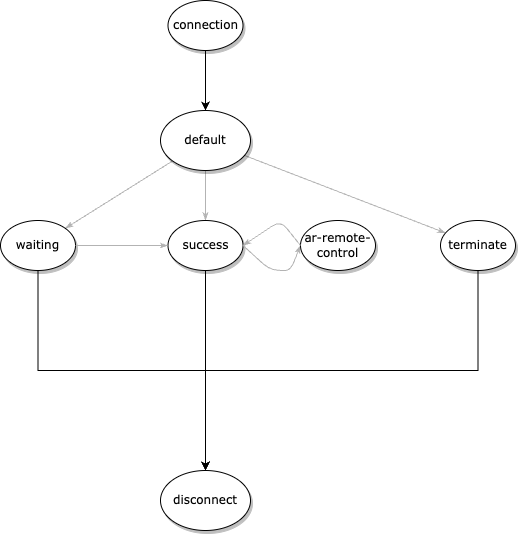
Before: public/states.png, a diagram exported from draw.io (hookim/webXR-remote-controller). Source tidied: cells renumbered, new cells last; positions are measured from the earlier drawing's top-left corner, leaving out a move shared by most shapes. The source it was exported from:
```xml
<mxGraphModel>
  <root>
    <mxCell id="0" />
    <mxCell id="1" parent="0" />
    <mxCell id="2" style="edgeStyle=none;rounded=1;html=1;labelBackgroundColor=none;startArrow=none;startFill=0;startSize=5;endArrow=classicThin;endFill=1;endSize=5;jettySize=auto;strokeColor=#B3B3B3;strokeWidth=1;fontFamily=Verdana;fontSize=12;" parent="1" edge="1" source="5" target="7">
      <mxGeometry relative="1" as="geometry" />
    </mxCell>
    <mxCell id="3" style="edgeStyle=none;rounded=1;html=1;labelBackgroundColor=none;startArrow=none;startFill=0;startSize=5;endArrow=classicThin;endFill=1;endSize=5;jettySize=auto;strokeColor=#B3B3B3;strokeWidth=1;fontFamily=Verdana;fontSize=12;" parent="1" edge="1" source="5" target="11">
      <mxGeometry relative="1" as="geometry" />
    </mxCell>
    <mxCell id="4" style="edgeStyle=none;rounded=1;html=1;labelBackgroundColor=none;startArrow=none;startFill=0;startSize=5;endArrow=classicThin;endFill=1;endSize=5;jettySize=auto;strokeColor=#B3B3B3;strokeWidth=1;fontFamily=Verdana;fontSize=12;" parent="1" edge="1" source="5" target="9">
      <mxGeometry x="-0.11" relative="1" as="geometry" />
    </mxCell>
    <mxCell id="5" value="default" style="ellipse;whiteSpace=wrap;html=1;rounded=0;shadow=1;comic=0;labelBackgroundColor=none;strokeWidth=1;fontFamily=Verdana;fontSize=12;align=center;" parent="1" vertex="1">
      <mxGeometry x="160" y="110" width="90" height="60" as="geometry" />
    </mxCell>
    <mxCell id="6" style="edgeStyle=orthogonalEdgeStyle;rounded=0;jettySize=auto;html=1;exitX=0.5;exitY=1;exitDx=0;exitDy=0;" parent="1" edge="1" source="7">
      <mxGeometry relative="1" as="geometry">
        <mxPoint x="205" y="480" as="targetPoint" />
      </mxGeometry>
    </mxCell>
    <mxCell id="7" value="&lt;span&gt;success&lt;/span&gt;" style="ellipse;whiteSpace=wrap;html=1;rounded=0;shadow=1;comic=0;labelBackgroundColor=none;strokeWidth=1;fontFamily=Verdana;fontSize=12;align=center;" parent="1" vertex="1">
      <mxGeometry x="167.5" y="220" width="75" height="50" as="geometry" />
    </mxCell>
    <mxCell id="8" style="edgeStyle=orthogonalEdgeStyle;rounded=0;jettySize=auto;html=1;exitX=0.5;exitY=1;exitDx=0;exitDy=0;entryX=0.5;entryY=0;entryDx=0;entryDy=0;" parent="1" edge="1" source="9" target="15">
      <mxGeometry relative="1" as="geometry" />
    </mxCell>
    <mxCell id="9" value="&lt;span&gt;terminate&lt;/span&gt;" style="ellipse;whiteSpace=wrap;html=1;rounded=0;shadow=1;comic=0;labelBackgroundColor=none;strokeWidth=1;fontFamily=Verdana;fontSize=12;align=center;" parent="1" vertex="1">
      <mxGeometry x="440" y="220" width="75" height="50" as="geometry" />
    </mxCell>
    <mxCell id="10" style="edgeStyle=orthogonalEdgeStyle;rounded=0;jettySize=auto;html=1;exitX=0.5;exitY=1;exitDx=0;exitDy=0;" parent="1" edge="1" source="11" target="15">
      <mxGeometry relative="1" as="geometry" />
    </mxCell>
    <mxCell id="11" value="waiting" style="ellipse;whiteSpace=wrap;html=1;rounded=0;shadow=1;comic=0;labelBackgroundColor=none;strokeWidth=1;fontFamily=Verdana;fontSize=12;align=center;" parent="1" vertex="1">
      <mxGeometry y="220" width="75" height="50" as="geometry" />
    </mxCell>
    <mxCell id="12" style="edgeStyle=none;rounded=1;html=1;labelBackgroundColor=none;startArrow=none;startFill=0;startSize=5;endArrow=classicThin;endFill=1;endSize=5;jettySize=auto;strokeColor=#B3B3B3;strokeWidth=1;fontFamily=Verdana;fontSize=12;exitX=1;exitY=0.5;exitDx=0;exitDy=0;entryX=0;entryY=0.5;entryDx=0;entryDy=0;" parent="1" edge="1" source="7" target="13">
      <mxGeometry relative="1" as="geometry">
        <Array as="points">
          <mxPoint x="270" y="270" />
          <mxPoint x="290" y="270" />
        </Array>
      </mxGeometry>
    </mxCell>
    <mxCell id="13" value="ar-remote-control" style="ellipse;whiteSpace=wrap;html=1;rounded=0;shadow=1;comic=0;labelBackgroundColor=none;strokeWidth=1;fontFamily=Verdana;fontSize=12;align=center;" parent="1" vertex="1">
      <mxGeometry x="300" y="220" width="75" height="50" as="geometry" />
    </mxCell>
    <mxCell id="14" style="edgeStyle=none;rounded=1;html=1;labelBackgroundColor=none;startArrow=none;startFill=0;startSize=5;endArrow=classicThin;endFill=1;endSize=5;jettySize=auto;strokeColor=#B3B3B3;strokeWidth=1;fontFamily=Verdana;fontSize=12;exitX=1;exitY=0.5;exitDx=0;exitDy=0;entryX=0;entryY=0.5;entryDx=0;entryDy=0;" parent="1" edge="1" source="11" target="7">
      <mxGeometry relative="1" as="geometry" />
    </mxCell>
    <mxCell id="15" value="disconnect" style="ellipse;whiteSpace=wrap;html=1;rounded=0;shadow=1;comic=0;labelBackgroundColor=none;strokeWidth=1;fontFamily=Verdana;fontSize=12;align=center;" parent="1" vertex="1">
      <mxGeometry x="160" y="470" width="90" height="60" as="geometry" />
    </mxCell>
    <mxCell id="16" style="edgeStyle=none;rounded=1;html=1;labelBackgroundColor=none;startArrow=none;startFill=0;startSize=5;endArrow=classicThin;endFill=1;endSize=5;jettySize=auto;strokeColor=#B3B3B3;strokeWidth=1;fontFamily=Verdana;fontSize=12;entryX=1;entryY=0.5;entryDx=0;entryDy=0;exitX=0;exitY=0.5;exitDx=0;exitDy=0;" parent="1" edge="1" source="13" target="7">
      <mxGeometry relative="1" as="geometry">
        <Array as="points">
          <mxPoint x="280" y="220" />
        </Array>
      </mxGeometry>
    </mxCell>
    <mxCell id="17" style="edgeStyle=orthogonalEdgeStyle;rounded=0;jettySize=auto;html=1;exitX=0.5;exitY=1;exitDx=0;exitDy=0;entryX=0.5;entryY=0;entryDx=0;entryDy=0;" parent="1" edge="1" source="18" target="5">
      <mxGeometry relative="1" as="geometry" />
    </mxCell>
    <mxCell id="18" value="&lt;span&gt;connection&lt;/span&gt;" style="ellipse;whiteSpace=wrap;html=1;rounded=0;shadow=1;comic=0;labelBackgroundColor=none;strokeWidth=1;fontFamily=Verdana;fontSize=12;align=center;" parent="1" vertex="1">
      <mxGeometry x="167.5" width="75" height="50" as="geometry" />
    </mxCell>
  </root>
</mxGraphModel>
```
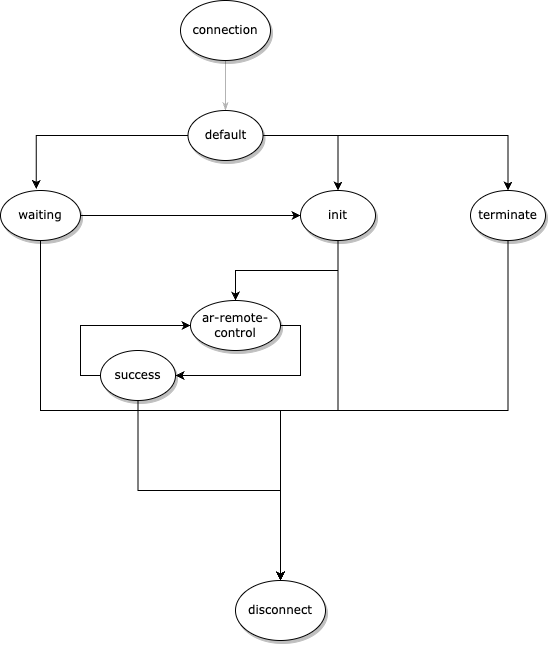
After the change.

The edit, as a diff of the source:
```diff
@@ -5,64 +5,62 @@
     <mxCell id="2" style="edgeStyle=none;rounded=1;html=1;labelBackgroundColor=none;startArrow=none;startFill=0;startSize=5;endArrow=classicThin;endFill=1;endSize=5;jettySize=auto;strokeColor=#B3B3B3;strokeWidth=1;fontFamily=Verdana;fontSize=12;" parent="1" edge="1" source="5" target="7">
       <mxGeometry relative="1" as="geometry" />
     </mxCell>
-    <mxCell id="3" style="edgeStyle=none;rounded=1;html=1;labelBackgroundColor=none;startArrow=none;startFill=0;startSize=5;endArrow=classicThin;endFill=1;endSize=5;jettySize=auto;strokeColor=#B3B3B3;strokeWidth=1;fontFamily=Verdana;fontSize=12;" parent="1" edge="1" source="5" target="11">
-      <mxGeometry relative="1" as="geometry" />
-    </mxCell>
-    <mxCell id="4" style="edgeStyle=none;rounded=1;html=1;labelBackgroundColor=none;startArrow=none;startFill=0;startSize=5;endArrow=classicThin;endFill=1;endSize=5;jettySize=auto;strokeColor=#B3B3B3;strokeWidth=1;fontFamily=Verdana;fontSize=12;" parent="1" edge="1" source="5" target="9">
-      <mxGeometry x="-0.11" relative="1" as="geometry" />
-    </mxCell>
-    <mxCell id="5" value="default" style="ellipse;whiteSpace=wrap;html=1;rounded=0;shadow=1;comic=0;labelBackgroundColor=none;strokeWidth=1;fontFamily=Verdana;fontSize=12;align=center;" parent="1" vertex="1">
-      <mxGeometry x="160" y="110" width="90" height="60" as="geometry" />
+    <mxCell id="5" value="connection" style="ellipse;whiteSpace=wrap;html=1;rounded=0;shadow=1;comic=0;labelBackgroundColor=none;strokeWidth=1;fontFamily=Verdana;fontSize=12;align=center;" parent="1" vertex="1">
+      <mxGeometry x="160" y="-10" width="90" height="60" as="geometry" />
     </mxCell>
-    <mxCell id="6" style="edgeStyle=orthogonalEdgeStyle;rounded=0;jettySize=auto;html=1;exitX=0.5;exitY=1;exitDx=0;exitDy=0;" parent="1" edge="1" source="7">
-      <mxGeometry relative="1" as="geometry">
-        <mxPoint x="205" y="480" as="targetPoint" />
-      </mxGeometry>
-    </mxCell>
+    <mxCell id="19" style="edgeStyle=orthogonalEdgeStyle;rounded=0;jettySize=auto;html=1;exitX=0;exitY=0.5;exitDx=0;exitDy=0;entryX=0.448;entryY=-0.033;entryDx=0;entryDy=0;entryPerimeter=0;" parent="1" edge="1" source="7" target="11">
+      <mxGeometry relative="1" as="geometry" />
+    </mxCell>
+    <mxCell id="20" style="edgeStyle=orthogonalEdgeStyle;rounded=0;jettySize=auto;html=1;exitX=1;exitY=0.5;exitDx=0;exitDy=0;entryX=0.5;entryY=0;entryDx=0;entryDy=0;" parent="1" edge="1" source="7" target="24">
+      <mxGeometry relative="1" as="geometry" />
+    </mxCell>
+    <mxCell id="21" style="edgeStyle=orthogonalEdgeStyle;rounded=0;jettySize=auto;html=1;exitX=1;exitY=0.5;exitDx=0;exitDy=0;" parent="1" edge="1" source="7" target="9">
+      <mxGeometry relative="1" as="geometry" />
+    </mxCell>
-    <mxCell id="7" value="&lt;span&gt;success&lt;/span&gt;" style="ellipse;whiteSpace=wrap;html=1;rounded=0;shadow=1;comic=0;labelBackgroundColor=none;strokeWidth=1;fontFamily=Verdana;fontSize=12;align=center;" parent="1" vertex="1">
-      <mxGeometry x="167.5" y="220" width="75" height="50" as="geometry" />
+    <mxCell id="7" value="&lt;span&gt;default&lt;/span&gt;" style="ellipse;whiteSpace=wrap;html=1;rounded=0;shadow=1;comic=0;labelBackgroundColor=none;strokeWidth=1;fontFamily=Verdana;fontSize=12;align=center;" parent="1" vertex="1">
+      <mxGeometry x="167.5" y="100" width="75" height="50" as="geometry" />
     </mxCell>
+    <mxCell id="22" style="edgeStyle=orthogonalEdgeStyle;rounded=0;jettySize=auto;html=1;exitX=0.5;exitY=1;exitDx=0;exitDy=0;entryX=0.5;entryY=0;entryDx=0;entryDy=0;" parent="1" edge="1" source="24" target="13">
+      <mxGeometry relative="1" as="geometry" />
+    </mxCell>
+    <mxCell id="23" style="edgeStyle=orthogonalEdgeStyle;rounded=0;jettySize=auto;html=1;exitX=0.5;exitY=1;exitDx=0;exitDy=0;" parent="1" edge="1" source="24" target="15">
+      <mxGeometry relative="1" as="geometry" />
+    </mxCell>
+    <mxCell id="24" value="init" style="ellipse;whiteSpace=wrap;html=1;rounded=0;shadow=1;comic=0;labelBackgroundColor=none;strokeWidth=1;fontFamily=Verdana;fontSize=12;align=center;" parent="1" vertex="1">
+      <mxGeometry x="280" y="180" width="75" height="50" as="geometry" />
+    </mxCell>
+    <mxCell id="25" style="edgeStyle=orthogonalEdgeStyle;rounded=0;jettySize=auto;html=1;exitX=1;exitY=0.5;exitDx=0;exitDy=0;" parent="1" edge="1" source="11" target="24">
+      <mxGeometry relative="1" as="geometry" />
+    </mxCell>
+    <mxCell id="10" style="edgeStyle=orthogonalEdgeStyle;rounded=0;jettySize=auto;html=1;exitX=0.5;exitY=1;exitDx=0;exitDy=0;" parent="1" edge="1" source="11" target="15">
+      <mxGeometry relative="1" as="geometry" />
+    </mxCell>
+    <mxCell id="11" value="&lt;span&gt;waiting&lt;/span&gt;" style="ellipse;whiteSpace=wrap;html=1;rounded=0;shadow=1;comic=0;labelBackgroundColor=none;strokeWidth=1;fontFamily=Verdana;fontSize=12;align=center;" parent="1" vertex="1">
+      <mxGeometry x="-20" y="180" width="80" height="50" as="geometry" />
+    </mxCell>
+    <mxCell id="26" style="edgeStyle=orthogonalEdgeStyle;rounded=0;jettySize=auto;html=1;exitX=1;exitY=0.5;exitDx=0;exitDy=0;" parent="1" edge="1" source="13" target="29">
+      <mxGeometry relative="1" as="geometry" />
+    </mxCell>
+    <mxCell id="13" value="ar-remote-control" style="ellipse;whiteSpace=wrap;html=1;rounded=0;shadow=1;comic=0;labelBackgroundColor=none;strokeWidth=1;fontFamily=Verdana;fontSize=12;align=center;" parent="1" vertex="1">
+      <mxGeometry x="170" y="290" width="90" height="50" as="geometry" />
+    </mxCell>
-    <mxCell id="8" style="edgeStyle=orthogonalEdgeStyle;rounded=0;jettySize=auto;html=1;exitX=0.5;exitY=1;exitDx=0;exitDy=0;entryX=0.5;entryY=0;entryDx=0;entryDy=0;" parent="1" edge="1" source="9" target="15">
+    <mxCell id="8" style="edgeStyle=orthogonalEdgeStyle;rounded=0;jettySize=auto;html=1;exitX=0.5;exitY=1;exitDx=0;exitDy=0;" parent="1" edge="1" source="9" target="15">
       <mxGeometry relative="1" as="geometry" />
     </mxCell>
-    <mxCell id="9" value="&lt;span&gt;terminate&lt;/span&gt;" style="ellipse;whiteSpace=wrap;html=1;rounded=0;shadow=1;comic=0;labelBackgroundColor=none;strokeWidth=1;fontFamily=Verdana;fontSize=12;align=center;" parent="1" vertex="1">
-      <mxGeometry x="440" y="220" width="75" height="50" as="geometry" />
+    <mxCell id="9" value="terminate" style="ellipse;whiteSpace=wrap;html=1;rounded=0;shadow=1;comic=0;labelBackgroundColor=none;strokeWidth=1;fontFamily=Verdana;fontSize=12;align=center;" parent="1" vertex="1">
+      <mxGeometry x="450" y="180" width="75" height="50" as="geometry" />
     </mxCell>
-    <mxCell id="10" style="edgeStyle=orthogonalEdgeStyle;rounded=0;jettySize=auto;html=1;exitX=0.5;exitY=1;exitDx=0;exitDy=0;" parent="1" edge="1" source="11" target="15">
-      <mxGeometry relative="1" as="geometry" />
-    </mxCell>
-    <mxCell id="11" value="waiting" style="ellipse;whiteSpace=wrap;html=1;rounded=0;shadow=1;comic=0;labelBackgroundColor=none;strokeWidth=1;fontFamily=Verdana;fontSize=12;align=center;" parent="1" vertex="1">
-      <mxGeometry y="220" width="75" height="50" as="geometry" />
-    </mxCell>
-    <mxCell id="12" style="edgeStyle=none;rounded=1;html=1;labelBackgroundColor=none;startArrow=none;startFill=0;startSize=5;endArrow=classicThin;endFill=1;endSize=5;jettySize=auto;strokeColor=#B3B3B3;strokeWidth=1;fontFamily=Verdana;fontSize=12;exitX=1;exitY=0.5;exitDx=0;exitDy=0;entryX=0;entryY=0.5;entryDx=0;entryDy=0;" parent="1" edge="1" source="7" target="13">
-      <mxGeometry relative="1" as="geometry">
-        <Array as="points">
-          <mxPoint x="270" y="270" />
-          <mxPoint x="290" y="270" />
-        </Array>
-      </mxGeometry>
-    </mxCell>
-    <mxCell id="13" value="ar-remote-control" style="ellipse;whiteSpace=wrap;html=1;rounded=0;shadow=1;comic=0;labelBackgroundColor=none;strokeWidth=1;fontFamily=Verdana;fontSize=12;align=center;" parent="1" vertex="1">
-      <mxGeometry x="300" y="220" width="75" height="50" as="geometry" />
-    </mxCell>
-    <mxCell id="14" style="edgeStyle=none;rounded=1;html=1;labelBackgroundColor=none;startArrow=none;startFill=0;startSize=5;endArrow=classicThin;endFill=1;endSize=5;jettySize=auto;strokeColor=#B3B3B3;strokeWidth=1;fontFamily=Verdana;fontSize=12;exitX=1;exitY=0.5;exitDx=0;exitDy=0;entryX=0;entryY=0.5;entryDx=0;entryDy=0;" parent="1" edge="1" source="11" target="7">
-      <mxGeometry relative="1" as="geometry" />
-    </mxCell>
+    <mxCell id="27" style="edgeStyle=orthogonalEdgeStyle;rounded=0;jettySize=auto;html=1;exitX=0;exitY=0.5;exitDx=0;exitDy=0;entryX=0;entryY=0.5;entryDx=0;entryDy=0;" parent="1" edge="1" source="29" target="13">
+      <mxGeometry relative="1" as="geometry" />
+    </mxCell>
+    <mxCell id="28" style="edgeStyle=orthogonalEdgeStyle;rounded=0;jettySize=auto;html=1;exitX=0.5;exitY=1;exitDx=0;exitDy=0;" parent="1" edge="1" source="29" target="15">
+      <mxGeometry relative="1" as="geometry" />
+    </mxCell>
+    <mxCell id="29" value="success&lt;br&gt;" style="ellipse;whiteSpace=wrap;html=1;rounded=0;shadow=1;comic=0;labelBackgroundColor=none;strokeWidth=1;fontFamily=Verdana;fontSize=12;align=center;" parent="1" vertex="1">
+      <mxGeometry x="80" y="340" width="75" height="50" as="geometry" />
+    </mxCell>
     <mxCell id="15" value="disconnect" style="ellipse;whiteSpace=wrap;html=1;rounded=0;shadow=1;comic=0;labelBackgroundColor=none;strokeWidth=1;fontFamily=Verdana;fontSize=12;align=center;" parent="1" vertex="1">
-      <mxGeometry x="160" y="470" width="90" height="60" as="geometry" />
+      <mxGeometry x="215" y="570" width="90" height="60" as="geometry" />
     </mxCell>
-    <mxCell id="16" style="edgeStyle=none;rounded=1;html=1;labelBackgroundColor=none;startArrow=none;startFill=0;startSize=5;endArrow=classicThin;endFill=1;endSize=5;jettySize=auto;strokeColor=#B3B3B3;strokeWidth=1;fontFamily=Verdana;fontSize=12;entryX=1;entryY=0.5;entryDx=0;entryDy=0;exitX=0;exitY=0.5;exitDx=0;exitDy=0;" parent="1" edge="1" source="13" target="7">
-      <mxGeometry relative="1" as="geometry">
-        <Array as="points">
-          <mxPoint x="280" y="220" />
-        </Array>
-      </mxGeometry>
-    </mxCell>
-    <mxCell id="17" style="edgeStyle=orthogonalEdgeStyle;rounded=0;jettySize=auto;html=1;exitX=0.5;exitY=1;exitDx=0;exitDy=0;entryX=0.5;entryY=0;entryDx=0;entryDy=0;" parent="1" edge="1" source="18" target="5">
-      <mxGeometry relative="1" as="geometry" />
-    </mxCell>
-    <mxCell id="18" value="&lt;span&gt;connection&lt;/span&gt;" style="ellipse;whiteSpace=wrap;html=1;rounded=0;shadow=1;comic=0;labelBackgroundColor=none;strokeWidth=1;fontFamily=Verdana;fontSize=12;align=center;" parent="1" vertex="1">
-      <mxGeometry x="167.5" width="75" height="50" as="geometry" />
-    </mxCell>
   </root>
 </mxGraphModel>
```
